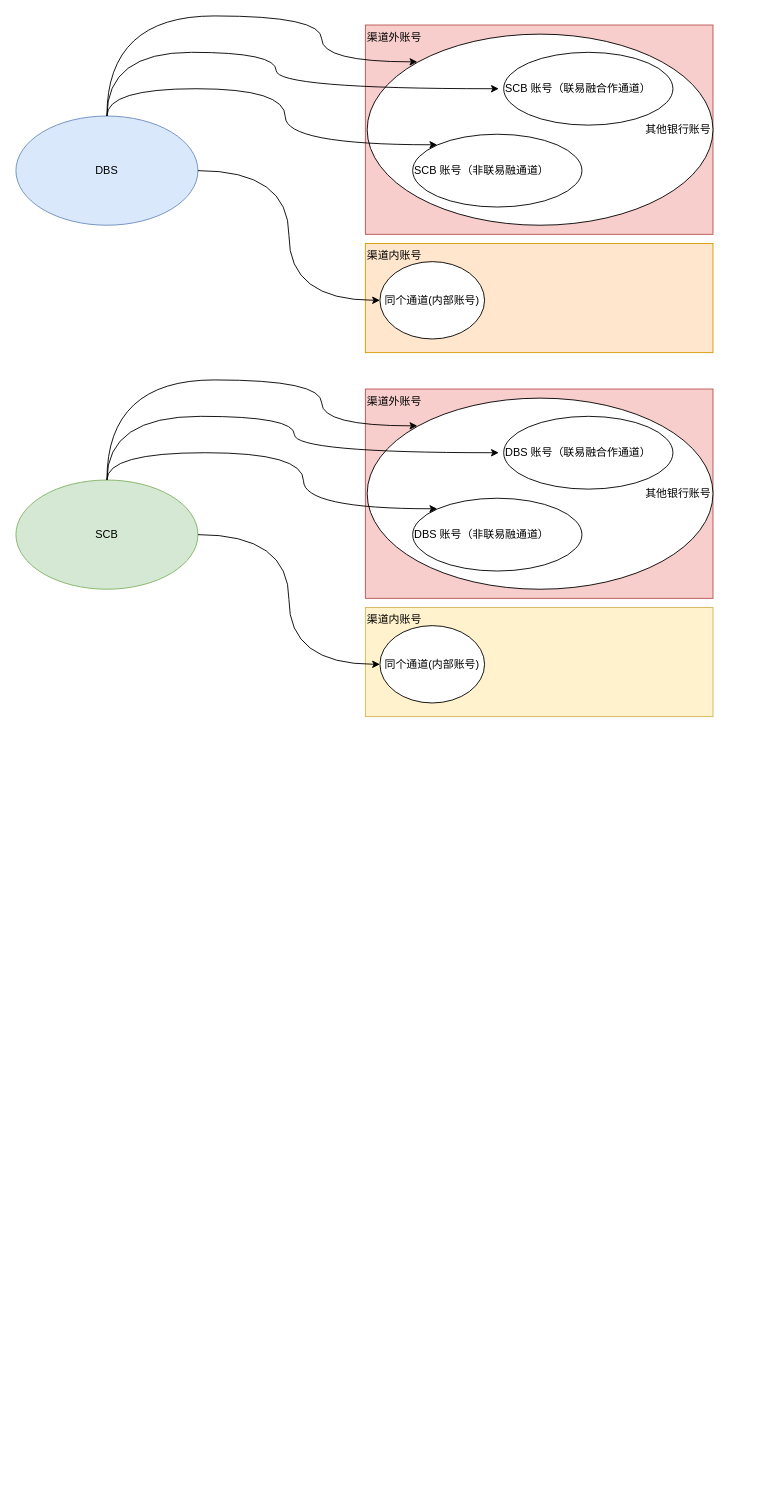
Above: LLSI/支付通道付款路由.drawio in 0573xieguojia/To-program (draw.io), before the change. Source tidied: cells renumbered, new cells numbered last; positions are measured from the earlier drawing's top-left corner, leaving out a move shared by most shapes. Both pictures are drawn from the tidied source at 91%, with x=0, y=0 at pixel (15, 15).
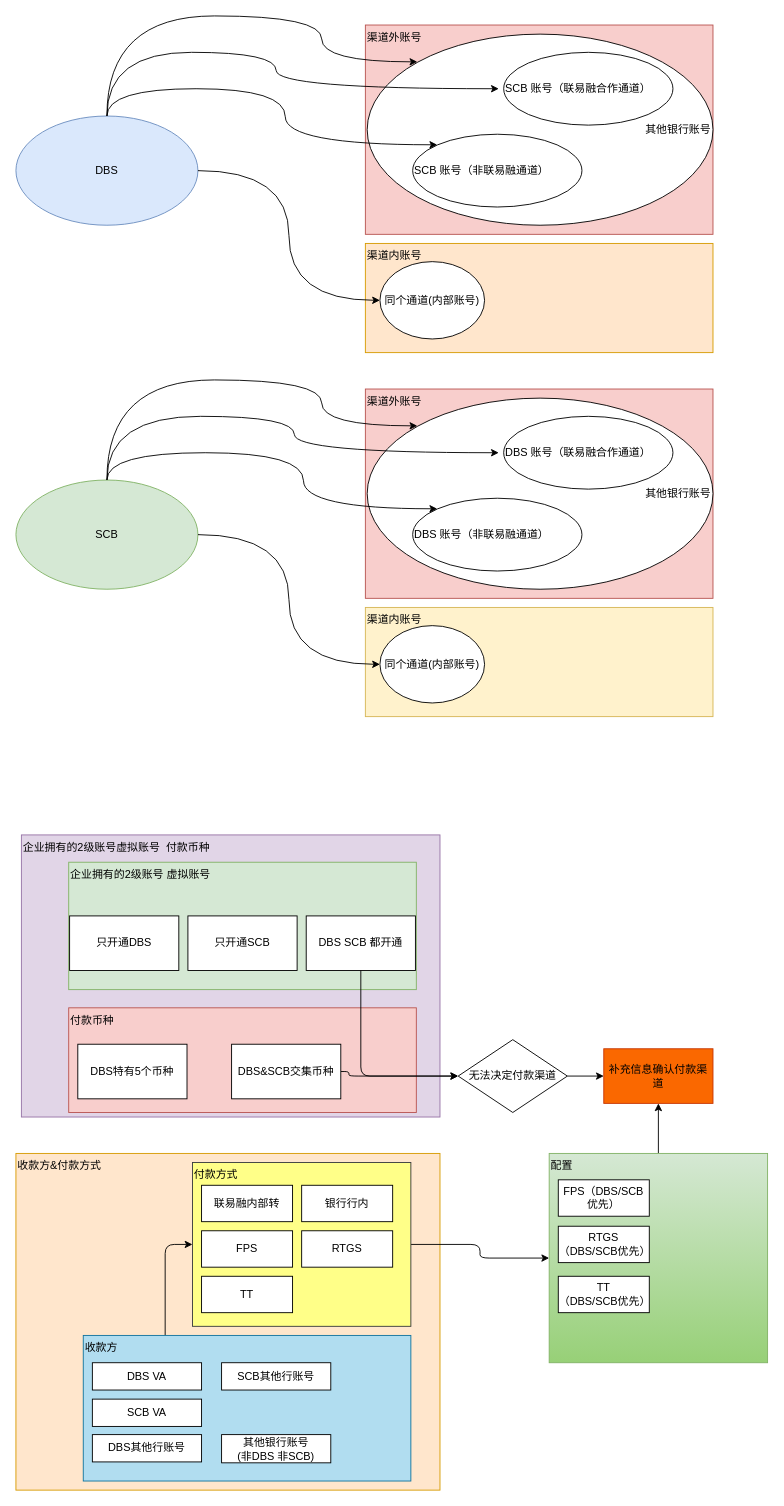
The same diagram, later.

Commit message:
更新支付通道付款路由.drawio

What changed in the source:
```diff
@@
+    <mxCell id="24" value="企业拥有的2级账号虚拟账号&amp;nbsp; 付款币种" style="text;html=1;strokeColor=#9673a6;fillColor=#e1d5e7;align=left;verticalAlign=top;whiteSpace=wrap;rounded=0;strokeWidth=1;" parent="1" vertex="1">
+      <mxGeometry x="6" y="900" width="460" height="310" as="geometry" />
+    </mxCell>
+    <mxCell id="25" value="收款方&amp;amp;付款方式" style="text;html=1;strokeColor=#d79b00;fillColor=#ffe6cc;align=left;verticalAlign=top;whiteSpace=wrap;rounded=0;strokeWidth=1;" parent="1" vertex="1">
+      <mxGeometry y="1250" width="466" height="370" as="geometry" />
+    </mxCell>
@@
-    <mxCell id="4" value="其他银行账号" style="strokeWidth=1;html=1;shape=mxgraph.flowchart.start_1;whiteSpace=wrap;align=right;horizontal=1;verticalAlign=middle;" parent="1" vertex="1">
+    <mxCell id="4" value="其他银行账号" style="strokeWidth=1;html=1;shape=mxgraph.flowchart.start_1;whiteSpace=wrap;align=right;horizontal=1;verticalAlign=middle;rounded=0;" parent="1" vertex="1">
       <mxGeometry x="386" y="20" width="380" height="210" as="geometry" />
     </mxCell>
-    <mxCell id="5" value="DBS" style="strokeWidth=1;html=1;shape=mxgraph.flowchart.start_1;whiteSpace=wrap;align=center;horizontal=1;verticalAlign=middle;fillColor=#dae8fc;strokeColor=#6c8ebf;" parent="1" vertex="1">
+    <mxCell id="5" value="DBS" style="strokeWidth=1;html=1;shape=mxgraph.flowchart.start_1;whiteSpace=wrap;align=center;horizontal=1;verticalAlign=middle;fillColor=#dae8fc;strokeColor=#6c8ebf;rounded=0;" parent="1" vertex="1">
       <mxGeometry y="110" width="200" height="120" as="geometry" />
     </mxCell>
-    <mxCell id="6" value="SCB 账号（联易融合作通道）" style="strokeWidth=1;html=1;shape=mxgraph.flowchart.start_1;whiteSpace=wrap;align=left;" parent="1" vertex="1">
+    <mxCell id="6" value="SCB 账号（联易融合作通道）" style="strokeWidth=1;html=1;shape=mxgraph.flowchart.start_1;whiteSpace=wrap;align=left;rounded=0;" parent="1" vertex="1">
       <mxGeometry x="536" y="40" width="186" height="80" as="geometry" />
     </mxCell>
-    <mxCell id="7" value="同个通道(内部账号)" style="strokeWidth=1;html=1;shape=mxgraph.flowchart.start_1;whiteSpace=wrap;" parent="1" vertex="1">
+    <mxCell id="7" value="同个通道(内部账号)" style="strokeWidth=1;html=1;shape=mxgraph.flowchart.start_1;whiteSpace=wrap;rounded=0;" parent="1" vertex="1">
       <mxGeometry x="400" y="270" width="115" height="85" as="geometry" />
     </mxCell>
@@
-    <mxCell id="11" value="SCB 账号（非联易融通道）" style="strokeWidth=1;html=1;shape=mxgraph.flowchart.start_1;whiteSpace=wrap;align=left;" parent="1" vertex="1">
+    <mxCell id="11" value="SCB 账号（非联易融通道）" style="strokeWidth=1;html=1;shape=mxgraph.flowchart.start_1;whiteSpace=wrap;align=left;rounded=0;" parent="1" vertex="1">
       <mxGeometry x="436" y="130" width="186" height="80" as="geometry" />
     </mxCell>
@@
-    <mxCell id="15" value="其他银行账号" style="strokeWidth=1;html=1;shape=mxgraph.flowchart.start_1;whiteSpace=wrap;align=right;horizontal=1;verticalAlign=middle;" parent="1" vertex="1">
+    <mxCell id="15" value="其他银行账号" style="strokeWidth=1;html=1;shape=mxgraph.flowchart.start_1;whiteSpace=wrap;align=right;horizontal=1;verticalAlign=middle;rounded=0;" parent="1" vertex="1">
       <mxGeometry x="386" y="420" width="380" height="210" as="geometry" />
     </mxCell>
-    <mxCell id="16" value="SCB" style="strokeWidth=1;html=1;shape=mxgraph.flowchart.start_1;whiteSpace=wrap;align=center;horizontal=1;verticalAlign=middle;fillColor=#d5e8d4;strokeColor=#82b366;" parent="1" vertex="1">
+    <mxCell id="16" value="SCB" style="strokeWidth=1;html=1;shape=mxgraph.flowchart.start_1;whiteSpace=wrap;align=center;horizontal=1;verticalAlign=middle;fillColor=#d5e8d4;strokeColor=#82b366;rounded=0;" parent="1" vertex="1">
       <mxGeometry y="510" width="200" height="120" as="geometry" />
     </mxCell>
-    <mxCell id="17" value="DBS 账号（联易融合作通道）" style="strokeWidth=1;html=1;shape=mxgraph.flowchart.start_1;whiteSpace=wrap;align=left;" parent="1" vertex="1">
+    <mxCell id="17" value="DBS 账号（联易融合作通道）" style="strokeWidth=1;html=1;shape=mxgraph.flowchart.start_1;whiteSpace=wrap;align=left;rounded=0;" parent="1" vertex="1">
       <mxGeometry x="536" y="440" width="186" height="80" as="geometry" />
     </mxCell>
-    <mxCell id="18" value="同个通道(内部账号)" style="strokeWidth=1;html=1;shape=mxgraph.flowchart.start_1;whiteSpace=wrap;" parent="1" vertex="1">
+    <mxCell id="18" value="同个通道(内部账号)" style="strokeWidth=1;html=1;shape=mxgraph.flowchart.start_1;whiteSpace=wrap;rounded=0;" parent="1" vertex="1">
       <mxGeometry x="400" y="670" width="115" height="85" as="geometry" />
     </mxCell>
@@
-    <mxCell id="22" value="DBS&amp;nbsp;账号（非联易融通道）" style="strokeWidth=1;html=1;shape=mxgraph.flowchart.start_1;whiteSpace=wrap;align=left;" parent="1" vertex="1">
+    <mxCell id="22" value="DBS&amp;nbsp;账号（非联易融通道）" style="strokeWidth=1;html=1;shape=mxgraph.flowchart.start_1;whiteSpace=wrap;align=left;rounded=0;" parent="1" vertex="1">
       <mxGeometry x="436" y="530" width="186" height="80" as="geometry" />
     </mxCell>
@@
+    <mxCell id="26" style="edgeStyle=orthogonalEdgeStyle;jettySize=auto;html=1;exitX=0.25;exitY=0;exitDx=0;exitDy=0;entryX=0;entryY=0.5;entryDx=0;entryDy=0;" parent="1" edge="1" source="27" target="42">
+      <mxGeometry relative="1" as="geometry" />
+    </mxCell>
+    <mxCell id="27" value="收款方" style="text;html=1;strokeColor=#10739e;fillColor=#b1ddf0;align=left;verticalAlign=top;whiteSpace=wrap;rounded=0;strokeWidth=1;" parent="1" vertex="1">
+      <mxGeometry x="74" y="1450" width="360" height="160" as="geometry" />
+    </mxCell>
+    <mxCell id="28" value="DBS VA" style="rounded=0;whiteSpace=wrap;html=1;" parent="1" vertex="1">
+      <mxGeometry x="84" y="1480" width="120" height="30" as="geometry" />
+    </mxCell>
+    <mxCell id="29" value="SCB VA" style="rounded=0;whiteSpace=wrap;html=1;" parent="1" vertex="1">
+      <mxGeometry x="84" y="1520" width="120" height="30" as="geometry" />
+    </mxCell>
+    <mxCell id="30" value="DBS其他行账号" style="rounded=0;whiteSpace=wrap;html=1;" parent="1" vertex="1">
+      <mxGeometry x="84" y="1559" width="120" height="30" as="geometry" />
+    </mxCell>
+    <mxCell id="31" value="SCB其他行账号&lt;div style=&quot;&quot;&gt;&lt;span style=&quot;font-family: LarkHackSafariFont, LarkEmojiFont, LarkChineseQuote, -apple-system, BlinkMacSystemFont, &amp;quot;Helvetica Neue&amp;quot;, Arial, &amp;quot;Segoe UI&amp;quot;, &amp;quot;PingFang SC&amp;quot;, &amp;quot;Microsoft Yahei&amp;quot;, &amp;quot;Hiragino Sans GB&amp;quot;, sans-serif, &amp;quot;Apple Color Emoji&amp;quot;, &amp;quot;Segoe UI Emoji&amp;quot;, &amp;quot;Segoe UI Symbol&amp;quot;, &amp;quot;Noto Color Emoji&amp;quot;;&quot;&gt;&lt;/span&gt;&lt;/div&gt;&lt;div style=&quot;&quot;&gt;&lt;span style=&quot;font-family: LarkHackSafariFont, LarkEmojiFont, LarkChineseQuote, -apple-system, BlinkMacSystemFont, &amp;quot;Helvetica Neue&amp;quot;, Arial, &amp;quot;Segoe UI&amp;quot;, &amp;quot;PingFang SC&amp;quot;, &amp;quot;Microsoft Yahei&amp;quot;, &amp;quot;Hiragino Sans GB&amp;quot;, sans-serif, &amp;quot;Apple Color Emoji&amp;quot;, &amp;quot;Segoe UI Emoji&amp;quot;, &amp;quot;Segoe UI Symbol&amp;quot;, &amp;quot;Noto Color Emoji&amp;quot;;&quot;&gt;&lt;/span&gt;&lt;/div&gt;&lt;div style=&quot;&quot;&gt;&lt;span style=&quot;font-family: LarkHackSafariFont, LarkEmojiFont, LarkChineseQuote, -apple-system, BlinkMacSystemFont, &amp;quot;Helvetica Neue&amp;quot;, Arial, &amp;quot;Segoe UI&amp;quot;, &amp;quot;PingFang SC&amp;quot;, &amp;quot;Microsoft Yahei&amp;quot;, &amp;quot;Hiragino Sans GB&amp;quot;, sans-serif, &amp;quot;Apple Color Emoji&amp;quot;, &amp;quot;Segoe UI Emoji&amp;quot;, &amp;quot;Segoe UI Symbol&amp;quot;, &amp;quot;Noto Color Emoji&amp;quot;;&quot;&gt;&lt;/span&gt;&lt;/div&gt;" style="rounded=0;whiteSpace=wrap;html=1;" parent="1" vertex="1">
+      <mxGeometry x="226" y="1480" width="120" height="30" as="geometry" />
+    </mxCell>
+    <mxCell id="32" value="其他银行账号&lt;br&gt;(非DBS 非SCB)" style="rounded=0;whiteSpace=wrap;html=1;" parent="1" vertex="1">
+      <mxGeometry x="226" y="1559" width="120" height="31" as="geometry" />
+    </mxCell>
+    <mxCell id="33" value="企业拥有的2级账号 虚拟账号" style="text;html=1;strokeColor=#82b366;fillColor=#d5e8d4;align=left;verticalAlign=top;whiteSpace=wrap;rounded=0;strokeWidth=1;" parent="1" vertex="1">
+      <mxGeometry x="58" y="930" width="382" height="140" as="geometry" />
+    </mxCell>
+    <mxCell id="34" value="只开通DBS" style="rounded=0;whiteSpace=wrap;html=1;" parent="1" vertex="1">
+      <mxGeometry x="59" y="989" width="120" height="60" as="geometry" />
+    </mxCell>
+    <mxCell id="35" value="只开通SCB" style="rounded=0;whiteSpace=wrap;html=1;" parent="1" vertex="1">
+      <mxGeometry x="189" y="989" width="120" height="60" as="geometry" />
+    </mxCell>
+    <mxCell id="36" value="DBS SCB 都开通" style="rounded=0;whiteSpace=wrap;html=1;" parent="1" vertex="1">
+      <mxGeometry x="319" y="989" width="120" height="60" as="geometry" />
+    </mxCell>
+    <mxCell id="37" value="付款币种" style="text;html=1;strokeColor=#b85450;fillColor=#f8cecc;align=left;verticalAlign=top;whiteSpace=wrap;rounded=0;strokeWidth=1;" parent="1" vertex="1">
+      <mxGeometry x="58" y="1090" width="382" height="115" as="geometry" />
+    </mxCell>
+    <mxCell id="38" value="DBS特有5个币种" style="rounded=0;whiteSpace=wrap;html=1;" parent="1" vertex="1">
+      <mxGeometry x="68" y="1130" width="120" height="60" as="geometry" />
+    </mxCell>
+    <mxCell id="39" style="edgeStyle=orthogonalEdgeStyle;jettySize=auto;html=1;exitX=1;exitY=0.5;exitDx=0;exitDy=0;" parent="1" edge="1" source="40" target="54">
+      <mxGeometry relative="1" as="geometry">
+        <Array as="points">
+          <mxPoint x="366" y="1160" />
+          <mxPoint x="366" y="1165" />
+        </Array>
+      </mxGeometry>
+    </mxCell>
+    <mxCell id="40" value="DBS&amp;amp;SCB交集币种" style="rounded=0;whiteSpace=wrap;html=1;" parent="1" vertex="1">
+      <mxGeometry x="237" y="1130" width="120" height="60" as="geometry" />
+    </mxCell>
+    <mxCell id="41" style="edgeStyle=orthogonalEdgeStyle;jettySize=auto;html=1;exitX=1;exitY=0.5;exitDx=0;exitDy=0;entryX=0;entryY=0.5;entryDx=0;entryDy=0;" parent="1" edge="1" source="42" target="49">
+      <mxGeometry relative="1" as="geometry" />
+    </mxCell>
+    <mxCell id="42" value="付款方式" style="text;html=1;strokeColor=#36393d;fillColor=#ffff88;align=left;verticalAlign=top;whiteSpace=wrap;rounded=0;strokeWidth=1;" parent="1" vertex="1">
+      <mxGeometry x="194" y="1260" width="240" height="180" as="geometry" />
+    </mxCell>
+    <mxCell id="43" value="联易融内部转" style="rounded=0;whiteSpace=wrap;html=1;" parent="1" vertex="1">
+      <mxGeometry x="204" y="1285" width="100" height="40" as="geometry" />
+    </mxCell>
+    <mxCell id="44" value="银行行内" style="rounded=0;whiteSpace=wrap;html=1;" parent="1" vertex="1">
+      <mxGeometry x="314" y="1285" width="100" height="40" as="geometry" />
+    </mxCell>
+    <mxCell id="45" value="FPS" style="rounded=0;whiteSpace=wrap;html=1;" parent="1" vertex="1">
+      <mxGeometry x="204" y="1335" width="100" height="40" as="geometry" />
+    </mxCell>
+    <mxCell id="46" value="RTGS" style="rounded=0;whiteSpace=wrap;html=1;" parent="1" vertex="1">
+      <mxGeometry x="314" y="1335" width="100" height="40" as="geometry" />
+    </mxCell>
+    <mxCell id="47" value="TT" style="rounded=0;whiteSpace=wrap;html=1;" parent="1" vertex="1">
+      <mxGeometry x="204" y="1385" width="100" height="40" as="geometry" />
+    </mxCell>
+    <mxCell id="48" style="edgeStyle=orthogonalEdgeStyle;jettySize=auto;html=1;exitX=0.5;exitY=0;exitDx=0;exitDy=0;entryX=0.5;entryY=1;entryDx=0;entryDy=0;" parent="1" edge="1" source="49" target="56">
+      <mxGeometry relative="1" as="geometry" />
+    </mxCell>
+    <mxCell id="49" value="配置" style="text;html=1;strokeColor=#82b366;fillColor=#d5e8d4;align=left;verticalAlign=top;whiteSpace=wrap;rounded=0;strokeWidth=1;gradientColor=#97d077;" parent="1" vertex="1">
+      <mxGeometry x="586" y="1250" width="240" height="230" as="geometry" />
+    </mxCell>
+    <mxCell id="50" value="FPS（DBS/SCB优先）" style="rounded=0;whiteSpace=wrap;html=1;" parent="1" vertex="1">
+      <mxGeometry x="596" y="1279" width="100" height="40" as="geometry" />
+    </mxCell>
+    <mxCell id="51" value="RTGS&lt;br&gt;（DBS/SCB优先）" style="rounded=0;whiteSpace=wrap;html=1;" parent="1" vertex="1">
+      <mxGeometry x="596" y="1330" width="100" height="40" as="geometry" />
+    </mxCell>
+    <mxCell id="52" value="TT&lt;br&gt;（DBS/SCB优先）" style="rounded=0;whiteSpace=wrap;html=1;" parent="1" vertex="1">
+      <mxGeometry x="596" y="1385" width="100" height="40" as="geometry" />
+    </mxCell>
+    <mxCell id="53" style="edgeStyle=orthogonalEdgeStyle;jettySize=auto;html=1;" parent="1" edge="1" source="54" target="56">
+      <mxGeometry relative="1" as="geometry" />
+    </mxCell>
+    <mxCell id="54" value="无法决定付款渠道" style="rhombus;whiteSpace=wrap;html=1;" parent="1" vertex="1">
+      <mxGeometry x="486" y="1125" width="120" height="80" as="geometry" />
+    </mxCell>
+    <mxCell id="55" style="edgeStyle=orthogonalEdgeStyle;jettySize=auto;html=1;exitX=0.5;exitY=1;exitDx=0;exitDy=0;entryX=0;entryY=0.5;entryDx=0;entryDy=0;" parent="1" edge="1" source="36" target="54">
+      <mxGeometry relative="1" as="geometry">
+        <Array as="points">
+          <mxPoint x="379" y="1165" />
+        </Array>
+      </mxGeometry>
+    </mxCell>
+    <mxCell id="56" value="补充信息确认付款渠道" style="rounded=0;whiteSpace=wrap;html=1;fillColor=#fa6800;fontColor=#000000;strokeColor=#C73500;" parent="1" vertex="1">
+      <mxGeometry x="646" y="1135" width="120" height="60" as="geometry" />
+    </mxCell>
```
